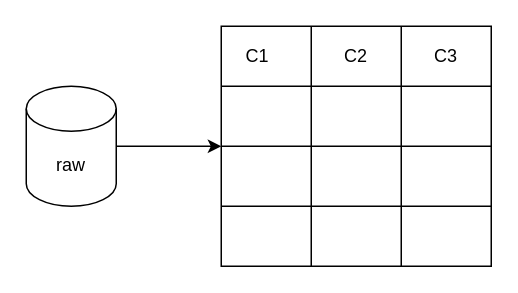
Above: page "Página-1" (1 of 4) of apuntes10-10-23.drawio in KevinCordoba/RepositorioDiagramasBasesI2022 (draw.io), before the change. Source tidied: cells renumbered, new cells numbered last; positions are measured from the earlier drawing's top-left corner, leaving out a move shared by most shapes. Both pictures are drawn from the tidied source at 150%, with x=0, y=0 at pixel (26, 26).
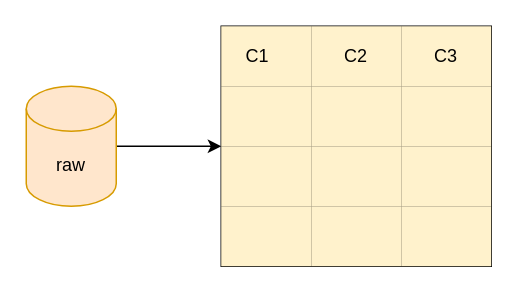
The same page after the edit.

The change refers to these unchanged cells:
```xml
<mxCell id="5" style="shape=tableRow;horizontal=0;startSize=0;swimlaneHead=0;swimlaneBody=0;strokeColor=inherit;top=0;left=0;bottom=0;right=0;fillColor=none;" parent="4" vertex="1">
  <mxGeometry width="180" height="40" as="geometry" />
</mxCell>
<mxCell id="9" style="shape=tableRow;horizontal=0;startSize=0;swimlaneHead=0;swimlaneBody=0;strokeColor=inherit;top=0;left=0;bottom=0;right=0;fillColor=none;" parent="4" vertex="1">
  <mxGeometry y="40" width="180" height="40" as="geometry" />
</mxCell>
<mxCell id="13" style="shape=tableRow;horizontal=0;startSize=0;swimlaneHead=0;swimlaneBody=0;strokeColor=inherit;top=0;left=0;bottom=0;right=0;fillColor=none;" parent="4" vertex="1">
  <mxGeometry y="80" width="180" height="40" as="geometry" />
</mxCell>
<mxCell id="17" style="shape=tableRow;horizontal=0;startSize=0;swimlaneHead=0;swimlaneBody=0;strokeColor=inherit;top=0;left=0;bottom=0;right=0;fillColor=none;" parent="4" vertex="1">
  <mxGeometry y="120" width="180" height="40" as="geometry" />
</mxCell>
```

What changed in the source:
```diff
@@
-    <mxCell id="3" value="raw" style="shape=cylinder3;whiteSpace=wrap;html=1;boundedLbl=1;backgroundOutline=1;size=15;" parent="1" vertex="1">
+    <mxCell id="3" value="raw" style="shape=cylinder3;whiteSpace=wrap;html=1;boundedLbl=1;backgroundOutline=1;size=15;fillColor=#ffe6cc;strokeColor=#d79b00;" parent="1" vertex="1">
       <mxGeometry y="40" width="60" height="80" as="geometry" />
     </mxCell>
@@
-    <mxCell id="6" value="C1&lt;span style=&quot;white-space: pre;&quot;&gt;&#9;&lt;/span&gt;" style="shape=partialRectangle;html=1;whiteSpace=wrap;strokeColor=inherit;overflow=hidden;fillColor=none;top=0;left=0;bottom=0;right=0;" parent="5" vertex="1">
+    <mxCell id="6" value="C1&lt;span style=&quot;white-space: pre;&quot;&gt;&#9;&lt;/span&gt;" style="shape=partialRectangle;html=1;whiteSpace=wrap;strokeColor=#d6b656;overflow=hidden;fillColor=#fff2cc;top=0;left=0;bottom=0;right=0;" parent="5" vertex="1">
       <mxGeometry width="60" height="40" as="geometry" />
     </mxCell>
-    <mxCell id="7" value="C2" style="shape=partialRectangle;html=1;whiteSpace=wrap;strokeColor=inherit;overflow=hidden;fillColor=none;top=0;left=0;bottom=0;right=0;" parent="5" vertex="1">
+    <mxCell id="7" value="C2" style="shape=partialRectangle;html=1;whiteSpace=wrap;strokeColor=#d6b656;overflow=hidden;fillColor=#fff2cc;top=0;left=0;bottom=0;right=0;" parent="5" vertex="1">
       <mxGeometry x="60" width="60" height="40" as="geometry" />
     </mxCell>
-    <mxCell id="8" value="C3" style="shape=partialRectangle;html=1;whiteSpace=wrap;strokeColor=inherit;overflow=hidden;fillColor=none;top=0;left=0;bottom=0;right=0;" parent="5" vertex="1">
+    <mxCell id="8" value="C3" style="shape=partialRectangle;html=1;whiteSpace=wrap;strokeColor=#d6b656;overflow=hidden;fillColor=#fff2cc;top=0;left=0;bottom=0;right=0;" parent="5" vertex="1">
       <mxGeometry x="120" width="60" height="40" as="geometry" />
     </mxCell>
@@
-    <mxCell id="10" style="shape=partialRectangle;html=1;whiteSpace=wrap;strokeColor=inherit;overflow=hidden;fillColor=none;top=0;left=0;bottom=0;right=0;" parent="9" vertex="1">
+    <mxCell id="10" style="shape=partialRectangle;html=1;whiteSpace=wrap;strokeColor=#d6b656;overflow=hidden;fillColor=#fff2cc;top=0;left=0;bottom=0;right=0;" parent="9" vertex="1">
       <mxGeometry width="60" height="40" as="geometry" />
     </mxCell>
-    <mxCell id="11" style="shape=partialRectangle;html=1;whiteSpace=wrap;strokeColor=inherit;overflow=hidden;fillColor=none;top=0;left=0;bottom=0;right=0;" parent="9" vertex="1">
+    <mxCell id="11" style="shape=partialRectangle;html=1;whiteSpace=wrap;strokeColor=#d6b656;overflow=hidden;fillColor=#fff2cc;top=0;left=0;bottom=0;right=0;" parent="9" vertex="1">
       <mxGeometry x="60" width="60" height="40" as="geometry" />
     </mxCell>
-    <mxCell id="12" style="shape=partialRectangle;html=1;whiteSpace=wrap;strokeColor=inherit;overflow=hidden;fillColor=none;top=0;left=0;bottom=0;right=0;" parent="9" vertex="1">
+    <mxCell id="12" style="shape=partialRectangle;html=1;whiteSpace=wrap;strokeColor=#d6b656;overflow=hidden;fillColor=#fff2cc;top=0;left=0;bottom=0;right=0;" parent="9" vertex="1">
       <mxGeometry x="120" width="60" height="40" as="geometry" />
     </mxCell>
@@
-    <mxCell id="14" style="shape=partialRectangle;html=1;whiteSpace=wrap;strokeColor=inherit;overflow=hidden;fillColor=none;top=0;left=0;bottom=0;right=0;" parent="13" vertex="1">
+    <mxCell id="14" style="shape=partialRectangle;html=1;whiteSpace=wrap;strokeColor=#d6b656;overflow=hidden;fillColor=#fff2cc;top=0;left=0;bottom=0;right=0;" parent="13" vertex="1">
       <mxGeometry width="60" height="40" as="geometry" />
     </mxCell>
-    <mxCell id="15" style="shape=partialRectangle;html=1;whiteSpace=wrap;strokeColor=inherit;overflow=hidden;fillColor=none;top=0;left=0;bottom=0;right=0;" parent="13" vertex="1">
+    <mxCell id="15" style="shape=partialRectangle;html=1;whiteSpace=wrap;strokeColor=#d6b656;overflow=hidden;fillColor=#fff2cc;top=0;left=0;bottom=0;right=0;" parent="13" vertex="1">
       <mxGeometry x="60" width="60" height="40" as="geometry" />
     </mxCell>
-    <mxCell id="16" style="shape=partialRectangle;html=1;whiteSpace=wrap;strokeColor=inherit;overflow=hidden;fillColor=none;top=0;left=0;bottom=0;right=0;" parent="13" vertex="1">
+    <mxCell id="16" style="shape=partialRectangle;html=1;whiteSpace=wrap;strokeColor=#d6b656;overflow=hidden;fillColor=#fff2cc;top=0;left=0;bottom=0;right=0;" parent="13" vertex="1">
       <mxGeometry x="120" width="60" height="40" as="geometry" />
     </mxCell>
@@
-    <mxCell id="18" style="shape=partialRectangle;html=1;whiteSpace=wrap;strokeColor=inherit;overflow=hidden;fillColor=none;top=0;left=0;bottom=0;right=0;" parent="17" vertex="1">
+    <mxCell id="18" style="shape=partialRectangle;html=1;whiteSpace=wrap;strokeColor=#d6b656;overflow=hidden;fillColor=#fff2cc;top=0;left=0;bottom=0;right=0;" parent="17" vertex="1">
       <mxGeometry width="60" height="40" as="geometry" />
     </mxCell>
-    <mxCell id="19" style="shape=partialRectangle;html=1;whiteSpace=wrap;strokeColor=inherit;overflow=hidden;fillColor=none;top=0;left=0;bottom=0;right=0;" parent="17" vertex="1">
+    <mxCell id="19" style="shape=partialRectangle;html=1;whiteSpace=wrap;strokeColor=#d6b656;overflow=hidden;fillColor=#fff2cc;top=0;left=0;bottom=0;right=0;" parent="17" vertex="1">
       <mxGeometry x="60" width="60" height="40" as="geometry" />
     </mxCell>
-    <mxCell id="20" style="shape=partialRectangle;html=1;whiteSpace=wrap;strokeColor=inherit;overflow=hidden;fillColor=none;top=0;left=0;bottom=0;right=0;" parent="17" vertex="1">
+    <mxCell id="20" style="shape=partialRectangle;html=1;whiteSpace=wrap;strokeColor=#d6b656;overflow=hidden;fillColor=#fff2cc;top=0;left=0;bottom=0;right=0;" parent="17" vertex="1">
       <mxGeometry x="120" width="60" height="40" as="geometry" />
     </mxCell>
```
